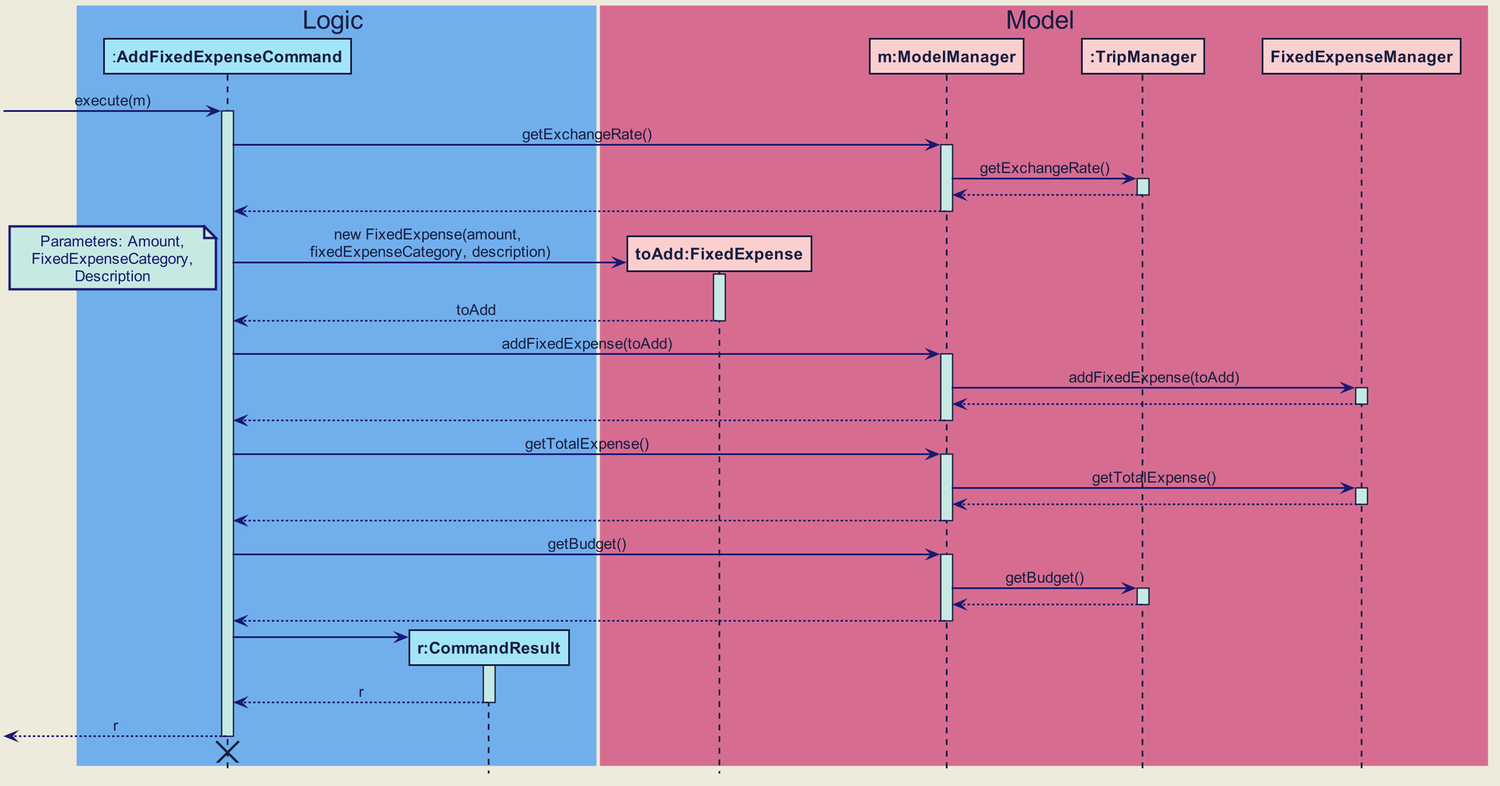
This is docs/images/developer-guide/fixed-expense/AddFixedExpenseCommandExecution.png from zenatrick/main, a PlantUML export, as it was before one commit.
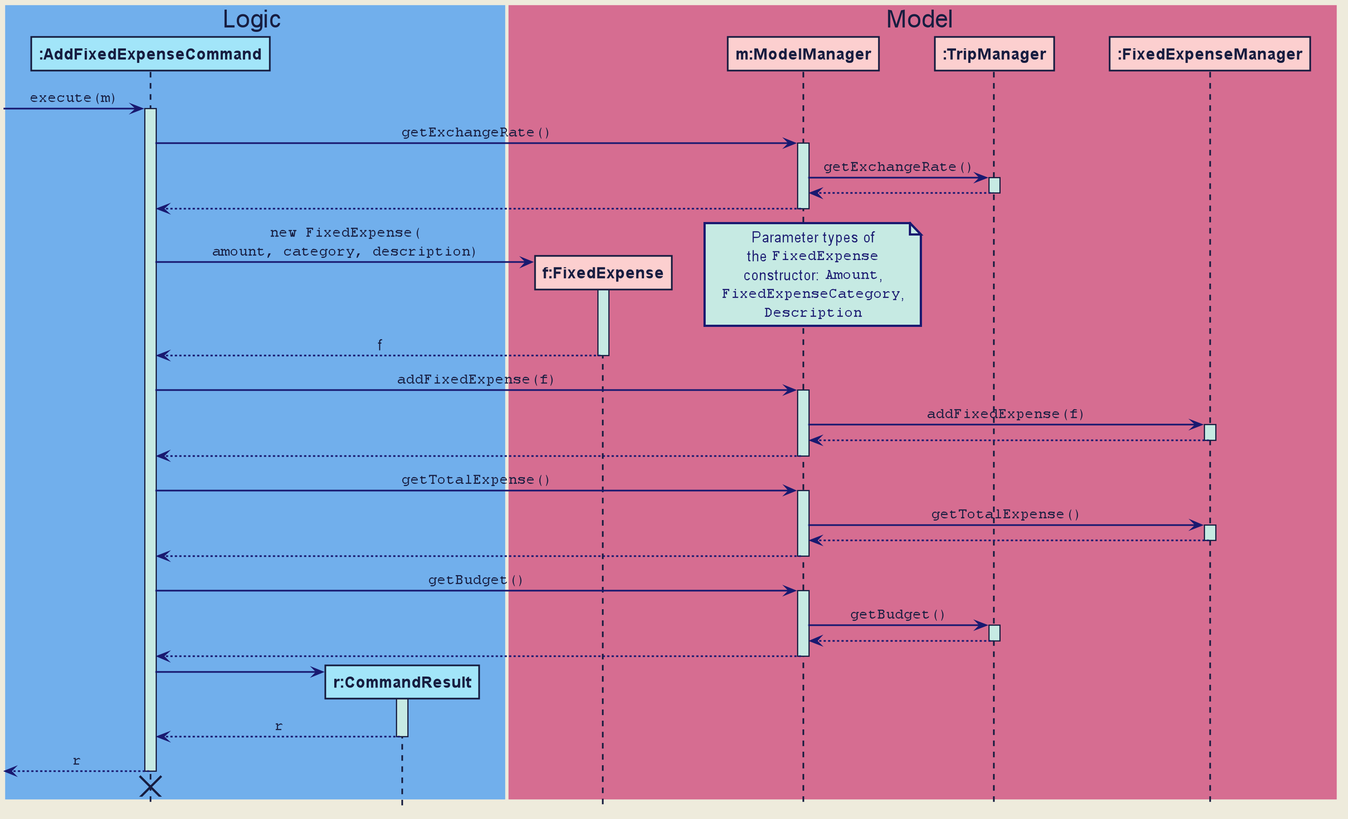
After the change.

The edit, as a diff of the source:
```diff
@@ -103,27 +103,27 @@
 hide circle
 
 box Logic #71AFEC
-participant ":**AddFixedExpenseCommand**" as AddFixedExpenseCommand #A2E5F9
+participant "**:AddFixedExpenseCommand**" as AddFixedExpenseCommand #A2E5F9
 participant "**r:CommandResult**" as CommandResult #A2E5F9
 end box
 
 box Model #D66D91
-participant "**toAdd:FixedExpense**" as FixedExpense #FCCFCF
+participant "**f:FixedExpense**" as FixedExpense #FCCFCF
 participant "**m:ModelManager**" as ModelManager #FCCFCF
 participant "**:TripManager**" as TripManager #FCCFCF
-participant "**FixedExpenseManager**" as FixedExpenseManager #FCCFCF
+participant "**:FixedExpenseManager**" as FixedExpenseManager #FCCFCF
 
 
 
 end box
 
-[-> AddFixedExpenseCommand : execute(m)
+[-> AddFixedExpenseCommand : ""execute(m)""
 activate AddFixedExpenseCommand
 
-AddFixedExpenseCommand-> ModelManager : getExchangeRate()
+AddFixedExpenseCommand-> ModelManager : ""getExchangeRate()""
 activate ModelManager
 
-ModelManager -> TripManager : getExchangeRate()
+ModelManager -> TripManager : ""getExchangeRate()""
 activate TripManager
 
 TripManager --> ModelManager
@@ -133,17 +133,24 @@
 deactivate ModelManager
 
 create FixedExpense
-AddFixedExpenseCommand -> FixedExpense : new FixedExpense(amount, \nfixedExpenseCategory, description)
+AddFixedExpenseCommand -> FixedExpense : ""new FixedExpense(""\n""amount, category, description)""
 activate FixedExpense
-note left: Parameters: Amount,\n FixedExpenseCategory, \nDescription
 
-FixedExpense --> AddFixedExpenseCommand : toAdd
+note right
+Parameter types of
+the ""FixedExpense""
+constructor: ""Amount"",
+""FixedExpenseCategory"",
+""Description""
+end note
+
+FixedExpense --> AddFixedExpenseCommand : f
 deactivate FixedExpense
 
-AddFixedExpenseCommand -> ModelManager : addFixedExpense(toAdd)
+AddFixedExpenseCommand -> ModelManager : ""addFixedExpense(f)""
 activate ModelManager
 
-ModelManager -> FixedExpenseManager : addFixedExpense(toAdd)
+ModelManager -> FixedExpenseManager : ""addFixedExpense(f)""
 activate FixedExpenseManager
 
 FixedExpenseManager --> ModelManager
@@ -153,10 +160,10 @@
 deactivate ModelManager
 
 
-AddFixedExpenseCommand -> ModelManager : getTotalExpense()
+AddFixedExpenseCommand -> ModelManager : ""getTotalExpense()""
 activate ModelManager
 
-ModelManager -> FixedExpenseManager : getTotalExpense()
+ModelManager -> FixedExpenseManager : ""getTotalExpense()""
 activate FixedExpenseManager
 
 FixedExpenseManager --> ModelManager
@@ -166,10 +173,10 @@
 deactivate ModelManager
 
 
-AddFixedExpenseCommand -> ModelManager : getBudget()
+AddFixedExpenseCommand -> ModelManager : ""getBudget()""
 activate ModelManager
 
-ModelManager -> TripManager :getBudget()
+ModelManager -> TripManager :""getBudget()""
 activate TripManager
 
 TripManager --> ModelManager
@@ -182,10 +189,10 @@
 AddFixedExpenseCommand -> CommandResult
 activate CommandResult
 
-CommandResult --> AddFixedExpenseCommand :r
+CommandResult --> AddFixedExpenseCommand :""r""
 deactivate CommandResult
 
-[<-- AddFixedExpenseCommand : r
+[<-- AddFixedExpenseCommand : ""r""
 deactivate AddFixedExpenseCommand
 
 AddFixedExpenseCommand -[hidden]> CommandResult
```
